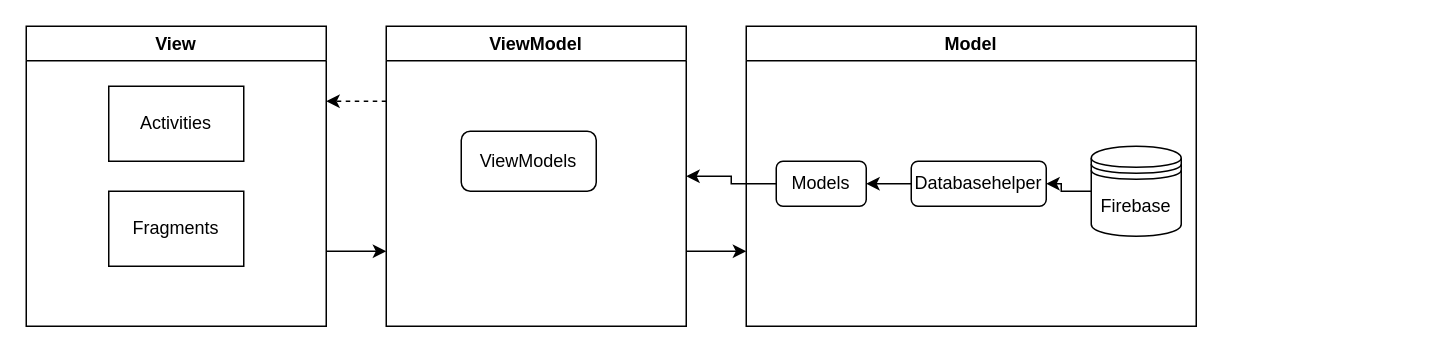
The draw.io diagram Untitled Diagram.drawio in bolshakovk/Diploma, before the edit. Source tidied: cells renumbered, new cells numbered last; positions are measured from the earlier drawing's top-left corner, leaving out a move shared by most shapes. Both pictures are drawn from the tidied source at 150%, with x=0, y=0 at pixel (26, 26).
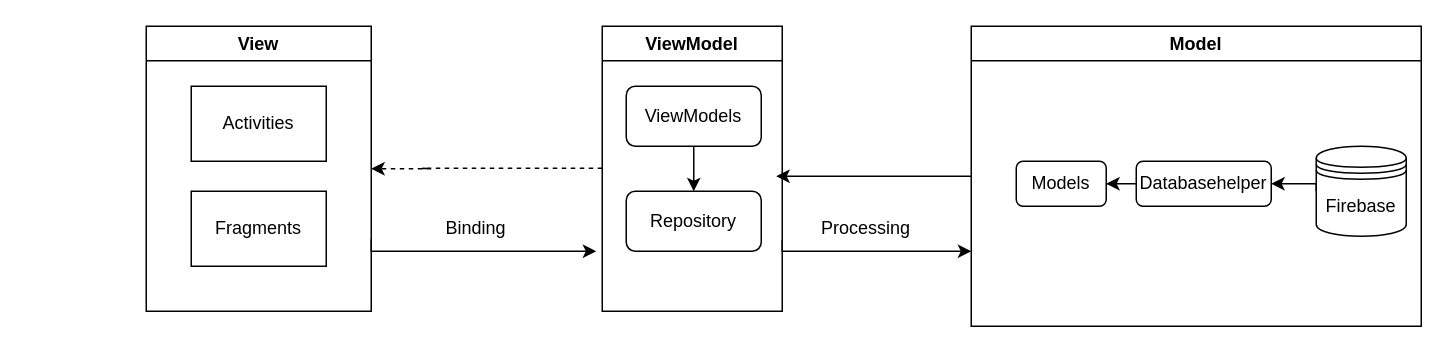
After the change.

Unchanged cells that the change refers to:
```xml
<mxCell id="12" value="Databasehelper" style="rounded=1;whiteSpace=wrap;html=1;" parent="10" vertex="1">
  <mxGeometry x="110" y="90" width="90" height="30" as="geometry" />
</mxCell>
<mxCell id="14" value="Firebase" style="shape=datastore;whiteSpace=wrap;html=1;" parent="10" vertex="1">
  <mxGeometry x="230" y="80" width="60" height="60" as="geometry" />
</mxCell>
```

What changed in the source:
```diff
@@
-    <mxCell id="2" style="edgeStyle=orthogonalEdgeStyle;rounded=0;jettySize=auto;html=1;exitX=1;exitY=0.75;exitDx=0;exitDy=0;entryX=0;entryY=0.75;entryDx=0;entryDy=0;" parent="1" edge="1" source="3" target="8">
-      <mxGeometry relative="1" as="geometry" />
-    </mxCell>
     <mxCell id="3" value="View" style="swimlane;" parent="1" vertex="1">
-      <mxGeometry width="200" height="200" as="geometry" />
+      <mxGeometry x="80" width="150" height="190" as="geometry" />
     </mxCell>
     <mxCell id="4" value="Activities" style="rounded=0;whiteSpace=wrap;html=1;" parent="3" vertex="1">
-      <mxGeometry x="55" y="40" width="90" height="50" as="geometry" />
+      <mxGeometry x="30" y="40" width="90" height="50" as="geometry" />
     </mxCell>
     <mxCell id="5" value="Fragments" style="rounded=0;whiteSpace=wrap;html=1;" parent="3" vertex="1">
-      <mxGeometry x="55" y="110" width="90" height="50" as="geometry" />
+      <mxGeometry x="30" y="110" width="90" height="50" as="geometry" />
     </mxCell>
     <mxCell id="6" style="edgeStyle=orthogonalEdgeStyle;rounded=0;jettySize=auto;html=1;exitX=1;exitY=0.75;exitDx=0;exitDy=0;entryX=0;entryY=0.75;entryDx=0;entryDy=0;" parent="1" edge="1" source="8" target="10">
-      <mxGeometry relative="1" as="geometry" />
+      <mxGeometry relative="1" as="geometry">
+        <Array as="points">
+          <mxPoint x="504" y="150" />
+        </Array>
+      </mxGeometry>
     </mxCell>
-    <mxCell id="7" style="edgeStyle=orthogonalEdgeStyle;rounded=0;jettySize=auto;html=1;exitX=0;exitY=0.25;exitDx=0;exitDy=0;entryX=1;entryY=0.25;entryDx=0;entryDy=0;dashed=1;" parent="1" edge="1" source="8" target="3">
-      <mxGeometry relative="1" as="geometry" />
-    </mxCell>
     <mxCell id="8" value="ViewModel" style="swimlane;" parent="1" vertex="1">
-      <mxGeometry x="240" width="200" height="200" as="geometry" />
+      <mxGeometry x="384" width="120" height="190" as="geometry" />
     </mxCell>
+    <mxCell id="17" style="edgeStyle=orthogonalEdgeStyle;rounded=0;jettySize=auto;html=1;" parent="8" edge="1" source="9" target="18">
+      <mxGeometry relative="1" as="geometry" />
+    </mxCell>
     <mxCell id="9" value="ViewModels" style="rounded=1;whiteSpace=wrap;html=1;" parent="8" vertex="1">
-      <mxGeometry x="50" y="70" width="90" height="40" as="geometry" />
+      <mxGeometry x="16" y="40" width="90" height="40" as="geometry" />
     </mxCell>
+    <mxCell id="18" value="Repository" style="rounded=1;whiteSpace=wrap;html=1;" parent="8" vertex="1">
+      <mxGeometry x="16" y="110" width="90" height="40" as="geometry" />
+    </mxCell>
     <mxCell id="10" value="Model" style="swimlane;" parent="1" vertex="1">
-      <mxGeometry x="480" width="300" height="200" as="geometry" />
+      <mxGeometry x="630" width="300" height="200" as="geometry" />
     </mxCell>
@@
     <mxCell id="13" style="edgeStyle=orthogonalEdgeStyle;rounded=0;jettySize=auto;html=1;exitX=0;exitY=0.5;exitDx=0;exitDy=0;entryX=1;entryY=0.5;entryDx=0;entryDy=0;" parent="10" edge="1" source="14" target="12">
       <mxGeometry relative="1" as="geometry">
         <Array as="points">
-          <mxPoint x="210" y="110" />
-          <mxPoint x="210" y="105" />
+          <mxPoint x="230" y="105" />
         </Array>
       </mxGeometry>
     </mxCell>
@@
     <mxCell id="15" value="Models" style="rounded=1;whiteSpace=wrap;html=1;" parent="10" vertex="1">
-      <mxGeometry x="20" y="90" width="60" height="30" as="geometry" />
+      <mxGeometry x="30" y="90" width="60" height="30" as="geometry" />
     </mxCell>
-    <mxCell id="16" style="edgeStyle=orthogonalEdgeStyle;rounded=0;jettySize=auto;html=1;exitX=0;exitY=0.5;exitDx=0;exitDy=0;entryX=1;entryY=0.5;entryDx=0;entryDy=0;" parent="1" edge="1" source="15" target="8">
-      <mxGeometry relative="1" as="geometry" />
-    </mxCell>
+    <mxCell id="19" value="Binding" style="text;html=1;strokeColor=none;fillColor=none;align=center;verticalAlign=middle;whiteSpace=wrap;rounded=0;" parent="1" vertex="1">
+      <mxGeometry x="270" y="120" width="60" height="30" as="geometry" />
+    </mxCell>
+    <mxCell id="20" value="Processing" style="text;html=1;strokeColor=none;fillColor=none;align=center;verticalAlign=middle;whiteSpace=wrap;rounded=0;" parent="1" vertex="1">
+      <mxGeometry x="530" y="120" width="60" height="30" as="geometry" />
+    </mxCell>
+    <mxCell id="21" style="endArrow=classic;html=1;rounded=0;exitX=0;exitY=0.5;exitDx=0;exitDy=0;" parent="1" edge="1" source="10">
+      <mxGeometry relative="1" as="geometry">
+        <mxPoint x="500" y="100" as="targetPoint" />
+      </mxGeometry>
+    </mxCell>
+    <mxCell id="22" style="edgeStyle=orthogonalEdgeStyle;rounded=0;orthogonalLoop=1;jettySize=auto;html=1;exitX=1;exitY=0.75;exitDx=0;exitDy=0;" parent="1" edge="1">
+      <mxGeometry relative="1" as="geometry">
+        <mxPoint x="230" y="142" as="sourcePoint" />
+        <mxPoint x="380" y="150" as="targetPoint" />
+        <Array as="points">
+          <mxPoint x="230" y="149.5" />
+        </Array>
+      </mxGeometry>
+    </mxCell>
+    <mxCell id="23" style="endArrow=classic;html=1;rounded=0;dashed=1;exitX=0;exitY=0.5;exitDx=0;exitDy=0;" parent="1" edge="1">
+      <mxGeometry relative="1" as="geometry">
+        <mxPoint x="384" y="94.7" as="sourcePoint" />
+        <mxPoint x="230" y="95" as="targetPoint" />
+        <Array as="points">
+          <mxPoint x="264" y="94.7" />
+          <mxPoint x="270" y="95" />
+        </Array>
+      </mxGeometry>
+    </mxCell>
```
